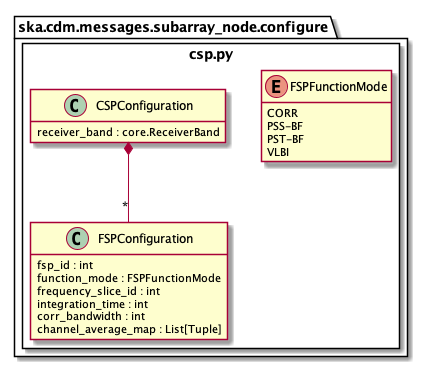
Earlier version of the PlantUML export docs/src/developer/subarraynode/csp.png (ska-telescope/cdm-shared-library).
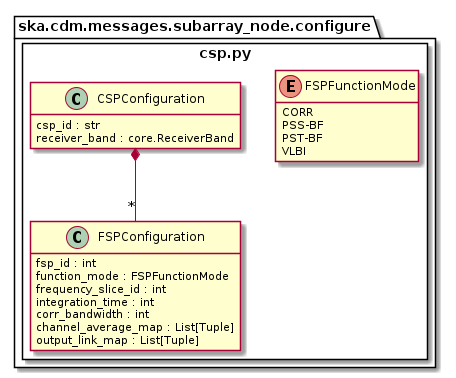
After the change.

Diff of the diagram source:
```diff
@@ -18,9 +18,11 @@
 			integration_time : int
 			corr_bandwidth : int
 			channel_average_map : List[Tuple]
+			output_link_map : List[Tuple]
 		}
 
 		class CSPConfiguration {
+            csp_id : str
 			receiver_band : core.ReceiverBand
 		}
 		CSPConfiguration *-- "*" FSPConfiguration
```
